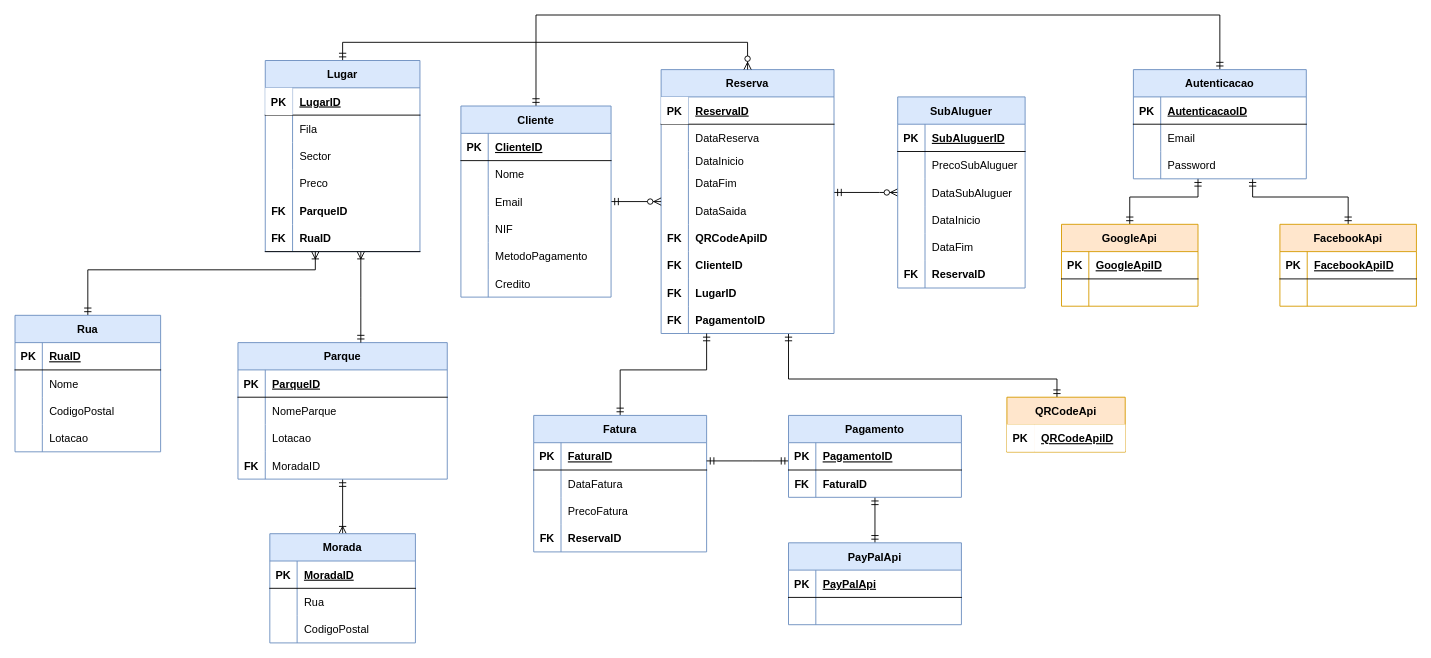
Earlier version of the draw.io diagram ERSmartParkingSprint3.drawio (PauloTor/UPskillDOTNET). Source tidied: cells renumbered, new cells numbered last; positions are measured from the earlier drawing's top-left corner, leaving out a move shared by most shapes. Both pictures are drawn from the tidied source at 91%, with x=0, y=0 at pixel (15, 15).
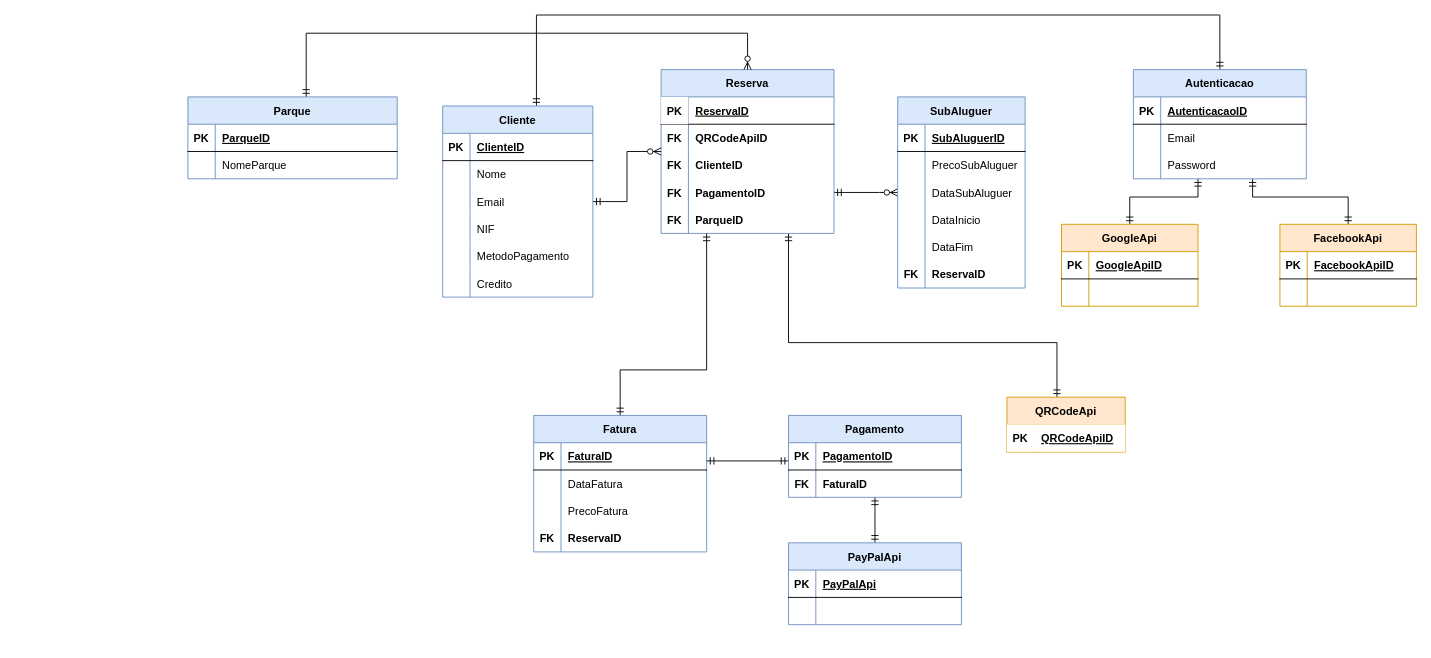
After the change.

Commit message:
ER modificado porque tinha classes e atributos duplicados da API dos parques

The change refers to these unchanged cells:
```xml
<mxCell id="131" value="QRCodeApi" style="shape=table;startSize=30;childLayout=tableLayout;rowLines=0;fontStyle=1;align=center;fillColor=#ffe6cc;strokeColor=#d79b00;" parent="1" vertex="1">
  <mxGeometry x="1090" y="420" width="130" height="60" as="geometry" />
</mxCell>
```

Change to the diagram source:
```diff
@@
     <mxCell id="3" style="edgeStyle=orthogonalEdgeStyle;rounded=0;jettySize=auto;html=1;startArrow=ERmandOne;startFill=0;endArrow=ERmandOne;endFill=0;" parent="1" edge="1" source="4" target="131">
       <mxGeometry relative="1" as="geometry">
         <Array as="points">
-          <mxPoint x="850" y="400" />
-          <mxPoint x="1145" y="400" />
+          <mxPoint x="850" y="360" />
+          <mxPoint x="1145" y="360" />
         </Array>
       </mxGeometry>
     </mxCell>
     <mxCell id="4" value="Reserva" style="shape=table;startSize=30;childLayout=tableLayout;rowLines=0;fontStyle=1;align=center;fillColor=#dae8fc;strokeColor=#6c8ebf;" parent="1" vertex="1">
-      <mxGeometry x="710" y="60" width="190" height="290" as="geometry" />
+      <mxGeometry x="710" y="60" width="190" height="180" as="geometry" />
     </mxCell>
@@
-    <mxCell id="8" style="shape=partialRectangle;fillColor=none;top=0;left=0;bottom=0;right=0;" parent="4" vertex="1">
-      <mxGeometry y="60" width="190" height="30" as="geometry" />
-    </mxCell>
-    <mxCell id="9" style="shape=partialRectangle;fillColor=none;top=0;left=0;bottom=0;right=0;overflow=hidden;" parent="8" vertex="1">
-      <mxGeometry width="30" height="30" as="geometry" />
-    </mxCell>
-    <mxCell id="10" value="DataReserva" style="shape=partialRectangle;fillColor=none;top=0;left=0;bottom=0;right=0;align=left;spacingLeft=6;overflow=hidden;" parent="8" vertex="1">
-      <mxGeometry x="30" width="160" height="30" as="geometry" />
-    </mxCell>
-    <mxCell id="11" style="shape=partialRectangle;fillColor=none;top=0;left=0;bottom=0;right=0;" parent="4" vertex="1">
-      <mxGeometry y="90" width="190" height="20" as="geometry" />
-    </mxCell>
-    <mxCell id="12" style="shape=partialRectangle;fillColor=none;top=0;left=0;bottom=0;right=0;overflow=hidden;" parent="11" vertex="1">
-      <mxGeometry width="30" height="20" as="geometry" />
-    </mxCell>
-    <mxCell id="13" value="DataInicio" style="shape=partialRectangle;fillColor=none;top=0;left=0;bottom=0;right=0;align=left;spacingLeft=6;overflow=hidden;" parent="11" vertex="1">
-      <mxGeometry x="30" width="160" height="20" as="geometry" />
-    </mxCell>
-    <mxCell id="14" style="shape=partialRectangle;fillColor=none;top=0;left=0;bottom=0;right=0;" parent="4" vertex="1">
-      <mxGeometry y="110" width="190" height="30" as="geometry" />
-    </mxCell>
-    <mxCell id="15" style="shape=partialRectangle;fillColor=none;top=0;left=0;bottom=0;right=0;overflow=hidden;" parent="14" vertex="1">
-      <mxGeometry width="30" height="30" as="geometry" />
-    </mxCell>
-    <mxCell id="16" value="DataFim" style="shape=partialRectangle;fillColor=none;top=0;left=0;bottom=0;right=0;align=left;spacingLeft=6;overflow=hidden;" parent="14" vertex="1">
-      <mxGeometry x="30" width="160" height="30" as="geometry" />
-    </mxCell>
-    <mxCell id="17" style="shape=partialRectangle;fillColor=none;top=0;left=0;bottom=0;right=0;" parent="4" vertex="1">
-      <mxGeometry y="140" width="190" height="30" as="geometry" />
-    </mxCell>
-    <mxCell id="18" style="shape=partialRectangle;fillColor=none;top=0;left=0;bottom=0;right=0;fontStyle=0;overflow=hidden;" parent="17" vertex="1">
-      <mxGeometry width="30" height="30" as="geometry" />
-    </mxCell>
-    <mxCell id="19" value="DataSaida" style="shape=partialRectangle;fillColor=none;top=0;left=0;bottom=0;right=0;align=left;spacingLeft=6;fontStyle=0;overflow=hidden;" parent="17" vertex="1">
-      <mxGeometry x="30" width="160" height="30" as="geometry" />
-    </mxCell>
     <mxCell id="20" style="shape=partialRectangle;fillColor=none;top=0;left=0;bottom=0;right=0;" parent="4" vertex="1">
-      <mxGeometry y="170" width="190" height="30" as="geometry" />
+      <mxGeometry y="60" width="190" height="30" as="geometry" />
     </mxCell>
@@
     <mxCell id="23" style="shape=partialRectangle;fillColor=none;top=0;left=0;right=0;bottom=0;" parent="4" vertex="1">
-      <mxGeometry y="200" width="190" height="30" as="geometry" />
+      <mxGeometry y="90" width="190" height="30" as="geometry" />
     </mxCell>
@@
-    <mxCell id="26" style="shape=partialRectangle;fillColor=none;top=0;left=0;bottom=0;right=0;" parent="4" vertex="1">
-      <mxGeometry y="230" width="190" height="30" as="geometry" />
-    </mxCell>
-    <mxCell id="27" value="FK" style="shape=partialRectangle;fillColor=none;top=0;left=0;bottom=0;right=0;fontStyle=1;overflow=hidden;" parent="26" vertex="1">
-      <mxGeometry width="30" height="30" as="geometry" />
-    </mxCell>
-    <mxCell id="28" value="LugarID" style="shape=partialRectangle;fillColor=none;top=0;left=0;bottom=0;right=0;align=left;spacingLeft=6;fontStyle=1;overflow=hidden;" parent="26" vertex="1">
-      <mxGeometry x="30" width="160" height="30" as="geometry" />
-    </mxCell>
     <mxCell id="29" style="shape=partialRectangle;fillColor=none;top=0;left=0;bottom=0;right=0;" parent="4" vertex="1">
-      <mxGeometry y="260" width="190" height="30" as="geometry" />
+      <mxGeometry y="120" width="190" height="30" as="geometry" />
     </mxCell>
@@
-    <mxCell id="32" style="edgeStyle=orthogonalEdgeStyle;rounded=0;jettySize=auto;html=1;startArrow=ERmandOne;startFill=0;endArrow=ERoneToMany;endFill=0;" parent="1" edge="1" source="33" target="102">
-      <mxGeometry relative="1" as="geometry" />
-    </mxCell>
+    <mxCell id="191" style="shape=partialRectangle;fillColor=none;top=0;left=0;bottom=0;right=0;" parent="4" vertex="1">
+      <mxGeometry y="150" width="190" height="30" as="geometry" />
+    </mxCell>
+    <mxCell id="192" value="FK" style="shape=partialRectangle;fillColor=none;top=0;left=0;bottom=0;right=0;fontStyle=1;overflow=hidden;" parent="191" vertex="1">
+      <mxGeometry width="30" height="30" as="geometry" />
+    </mxCell>
+    <mxCell id="63" value="ParqueID" style="shape=partialRectangle;fillColor=none;top=0;left=0;bottom=0;right=0;align=left;spacingLeft=6;fontStyle=1;overflow=hidden;" parent="191" vertex="1">
+      <mxGeometry x="30" width="160" height="30" as="geometry" />
+    </mxCell>
+    <mxCell id="193" style="edgeStyle=orthogonalEdgeStyle;rounded=0;jettySize=auto;html=1;entryX=0.5;entryY=0;entryDx=0;entryDy=0;startArrow=ERmandOne;startFill=0;endArrow=ERzeroToMany;endFill=1;" parent="1" edge="1" source="33" target="4">
+      <mxGeometry relative="1" as="geometry">
+        <Array as="points">
+          <mxPoint x="320" y="20" />
+          <mxPoint x="805" y="20" />
+        </Array>
+      </mxGeometry>
+    </mxCell>
     <mxCell id="33" value="Parque" style="shape=table;startSize=30;childLayout=tableLayout;rowLines=0;fontStyle=1;align=center;fillColor=#dae8fc;strokeColor=#6c8ebf;" parent="1" vertex="1">
-      <mxGeometry x="245" y="360" width="230" height="150" as="geometry" />
+      <mxGeometry x="190" y="90" width="230" height="90" as="geometry" />
     </mxCell>
@@
-    <mxCell id="40" style="shape=partialRectangle;fillColor=none;top=0;left=0;bottom=0;right=0;" parent="33" vertex="1">
-      <mxGeometry y="90" width="230" height="30" as="geometry" />
-    </mxCell>
-    <mxCell id="41" style="shape=partialRectangle;fillColor=none;top=0;left=0;bottom=0;right=0;fontStyle=0;overflow=hidden;" parent="40" vertex="1">
-      <mxGeometry width="30" height="30" as="geometry" />
-    </mxCell>
-    <mxCell id="42" value="Lotacao" style="shape=partialRectangle;fillColor=none;top=0;left=0;bottom=0;right=0;align=left;spacingLeft=6;fontStyle=0;overflow=hidden;" parent="40" vertex="1">
-      <mxGeometry x="30" width="200" height="30" as="geometry" />
-    </mxCell>
-    <mxCell id="43" style="shape=partialRectangle;fillColor=none;top=0;left=0;bottom=0;right=0;" parent="33" vertex="1">
-      <mxGeometry y="120" width="230" height="30" as="geometry" />
-    </mxCell>
-    <mxCell id="44" value="FK" style="shape=partialRectangle;fillColor=none;top=0;left=0;bottom=0;right=0;fontStyle=1;overflow=hidden;" parent="43" vertex="1">
-      <mxGeometry width="30" height="30" as="geometry" />
-    </mxCell>
-    <mxCell id="45" value="MoradaID" style="shape=partialRectangle;fillColor=none;top=0;left=0;bottom=0;right=0;align=left;spacingLeft=6;fontStyle=0;overflow=hidden;" parent="43" vertex="1">
-      <mxGeometry x="30" width="200" height="30" as="geometry" />
-    </mxCell>
-    <mxCell id="46" style="edgeStyle=orthogonalEdgeStyle;rounded=0;jettySize=auto;html=1;startArrow=ERoneToMany;startFill=0;endArrow=ERmandOne;endFill=0;" parent="1" edge="1" source="48" target="33">
-      <mxGeometry relative="1" as="geometry">
-        <Array as="points">
-          <mxPoint x="380" y="310" />
-          <mxPoint x="380" y="310" />
-        </Array>
-      </mxGeometry>
-    </mxCell>
-    <mxCell id="47" style="edgeStyle=orthogonalEdgeStyle;rounded=0;jettySize=auto;html=1;entryX=0.5;entryY=0;entryDx=0;entryDy=0;startArrow=ERmandOne;startFill=0;endArrow=ERzeroToMany;endFill=1;" parent="1" edge="1" source="48" target="4">
-      <mxGeometry relative="1" as="geometry">
-        <Array as="points">
-          <mxPoint x="360" y="30" />
-          <mxPoint x="805" y="30" />
-        </Array>
-      </mxGeometry>
-    </mxCell>
-    <mxCell id="48" value="Lugar" style="shape=table;startSize=30;childLayout=tableLayout;rowLines=0;fontStyle=1;align=center;fillColor=#dae8fc;strokeColor=#6c8ebf;" parent="1" vertex="1">
-      <mxGeometry x="275" y="50" width="170" height="210" as="geometry" />
-    </mxCell>
-    <mxCell id="49" style="shape=partialRectangle;fillColor=none;top=0;left=0;right=0;bottom=1;" parent="48" vertex="1">
-      <mxGeometry y="30" width="170" height="30" as="geometry" />
-    </mxCell>
-    <mxCell id="50" value="PK" style="shape=partialRectangle;overflow=hidden;top=0;left=0;bottom=0;right=0;fontStyle=1;" parent="49" vertex="1">
-      <mxGeometry width="30" height="30" as="geometry" />
-    </mxCell>
-    <mxCell id="51" value="LugarID" style="shape=partialRectangle;overflow=hidden;fillColor=none;top=0;left=0;bottom=0;right=0;align=left;spacingLeft=6;fontStyle=5;" parent="49" vertex="1">
-      <mxGeometry x="30" width="140" height="30" as="geometry" />
-    </mxCell>
-    <mxCell id="52" style="shape=partialRectangle;fillColor=none;top=0;left=0;right=0;bottom=0;" parent="48" vertex="1">
-      <mxGeometry y="60" width="170" height="30" as="geometry" />
-    </mxCell>
-    <mxCell id="53" style="shape=partialRectangle;overflow=hidden;fillColor=none;top=0;left=0;bottom=0;right=0;" parent="52" vertex="1">
-      <mxGeometry width="30" height="30" as="geometry" />
-    </mxCell>
-    <mxCell id="54" value="Fila" style="shape=partialRectangle;overflow=hidden;fillColor=none;top=0;left=0;bottom=0;right=0;align=left;spacingLeft=6;" parent="52" vertex="1">
-      <mxGeometry x="30" width="140" height="30" as="geometry" />
-    </mxCell>
-    <mxCell id="55" style="shape=partialRectangle;fillColor=none;top=0;left=0;bottom=0;right=0;" parent="48" vertex="1">
-      <mxGeometry y="90" width="170" height="30" as="geometry" />
-    </mxCell>
-    <mxCell id="56" style="shape=partialRectangle;fillColor=none;top=0;left=0;bottom=0;right=0;overflow=hidden;" parent="55" vertex="1">
-      <mxGeometry width="30" height="30" as="geometry" />
-    </mxCell>
-    <mxCell id="57" value="Sector" style="shape=partialRectangle;fillColor=none;top=0;left=0;bottom=0;right=0;align=left;spacingLeft=6;overflow=hidden;" parent="55" vertex="1">
-      <mxGeometry x="30" width="140" height="30" as="geometry" />
-    </mxCell>
-    <mxCell id="58" style="shape=partialRectangle;fillColor=none;top=0;left=0;bottom=0;right=0;" parent="48" vertex="1">
-      <mxGeometry y="120" width="170" height="30" as="geometry" />
-    </mxCell>
-    <mxCell id="59" style="shape=partialRectangle;fillColor=none;top=0;left=0;bottom=0;right=0;overflow=hidden;" parent="58" vertex="1">
-      <mxGeometry width="30" height="30" as="geometry" />
-    </mxCell>
-    <mxCell id="60" value="Preco" style="shape=partialRectangle;fillColor=none;top=0;left=0;bottom=0;right=0;align=left;spacingLeft=6;overflow=hidden;" parent="58" vertex="1">
-      <mxGeometry x="30" width="140" height="30" as="geometry" />
-    </mxCell>
-    <mxCell id="61" style="shape=partialRectangle;fillColor=none;top=0;left=0;bottom=0;right=0;" parent="48" vertex="1">
-      <mxGeometry y="150" width="170" height="30" as="geometry" />
-    </mxCell>
-    <mxCell id="62" value="FK" style="shape=partialRectangle;fillColor=none;top=0;left=0;bottom=0;right=0;fontStyle=1;overflow=hidden;" parent="61" vertex="1">
-      <mxGeometry width="30" height="30" as="geometry" />
-    </mxCell>
-    <mxCell id="63" value="ParqueID" style="shape=partialRectangle;fillColor=none;top=0;left=0;bottom=0;right=0;align=left;spacingLeft=6;fontStyle=1;overflow=hidden;" parent="61" vertex="1">
-      <mxGeometry x="30" width="140" height="30" as="geometry" />
-    </mxCell>
-    <mxCell id="64" style="shape=partialRectangle;fillColor=none;top=0;left=0;bottom=1;right=0;" parent="48" vertex="1">
-      <mxGeometry y="180" width="170" height="30" as="geometry" />
-    </mxCell>
-    <mxCell id="65" value="FK" style="shape=partialRectangle;fillColor=none;top=0;left=0;bottom=0;right=0;fontStyle=1;overflow=hidden;" parent="64" vertex="1">
-      <mxGeometry width="30" height="30" as="geometry" />
-    </mxCell>
-    <mxCell id="66" value="RuaID" style="shape=partialRectangle;fillColor=none;top=0;left=0;bottom=0;right=0;align=left;spacingLeft=6;fontStyle=1;overflow=hidden;" parent="64" vertex="1">
-      <mxGeometry x="30" width="140" height="30" as="geometry" />
-    </mxCell>
@@
     <mxCell id="69" value="Cliente" style="shape=table;startSize=30;childLayout=tableLayout;rowLines=0;fontStyle=1;align=center;fillColor=#dae8fc;strokeColor=#6c8ebf;" parent="1" vertex="1">
-      <mxGeometry x="490" y="100" width="165" height="210" as="geometry" />
+      <mxGeometry x="470" y="100" width="165" height="210" as="geometry" />
     </mxCell>
@@
-    <mxCell id="102" value="Morada" style="shape=table;startSize=30;childLayout=tableLayout;rowLines=0;fontStyle=1;align=center;fillColor=#dae8fc;strokeColor=#6c8ebf;" parent="1" vertex="1">
-      <mxGeometry x="280" y="570" width="160" height="120" as="geometry" />
-    </mxCell>
-    <mxCell id="103" style="shape=partialRectangle;fillColor=none;top=0;left=0;right=0;bottom=1;" parent="102" vertex="1">
-      <mxGeometry y="30" width="160" height="30" as="geometry" />
-    </mxCell>
-    <mxCell id="104" value="PK" style="shape=partialRectangle;overflow=hidden;fillColor=none;top=0;left=0;bottom=0;right=0;fontStyle=1;" parent="103" vertex="1">
-      <mxGeometry width="30" height="30" as="geometry" />
-    </mxCell>
-    <mxCell id="105" value="MoradaID" style="shape=partialRectangle;overflow=hidden;fillColor=none;top=0;left=0;bottom=0;right=0;align=left;spacingLeft=6;fontStyle=5;" parent="103" vertex="1">
-      <mxGeometry x="30" width="130" height="30" as="geometry" />
-    </mxCell>
-    <mxCell id="106" style="shape=partialRectangle;fillColor=none;top=0;left=0;bottom=0;right=0;" parent="102" vertex="1">
-      <mxGeometry y="60" width="160" height="30" as="geometry" />
-    </mxCell>
-    <mxCell id="107" style="shape=partialRectangle;fillColor=none;top=0;left=0;bottom=0;right=0;overflow=hidden;" parent="106" vertex="1">
-      <mxGeometry width="30" height="30" as="geometry" />
-    </mxCell>
-    <mxCell id="108" value="Rua" style="shape=partialRectangle;fillColor=none;top=0;left=0;bottom=0;right=0;align=left;spacingLeft=6;overflow=hidden;" parent="106" vertex="1">
-      <mxGeometry x="30" width="130" height="30" as="geometry" />
-    </mxCell>
-    <mxCell id="109" style="shape=partialRectangle;fillColor=none;top=0;left=0;bottom=0;right=0;" parent="102" vertex="1">
-      <mxGeometry y="90" width="160" height="30" as="geometry" />
-    </mxCell>
-    <mxCell id="110" style="shape=partialRectangle;fillColor=none;top=0;left=0;bottom=0;right=0;overflow=hidden;" parent="109" vertex="1">
-      <mxGeometry width="30" height="30" as="geometry" />
-    </mxCell>
-    <mxCell id="111" value="CodigoPostal" style="shape=partialRectangle;fillColor=none;top=0;left=0;bottom=0;right=0;align=left;spacingLeft=6;overflow=hidden;" parent="109" vertex="1">
-      <mxGeometry x="30" width="130" height="30" as="geometry" />
-    </mxCell>
@@
-    <mxCell id="135" style="edgeStyle=orthogonalEdgeStyle;rounded=0;jettySize=auto;html=1;startArrow=ERmandOne;startFill=0;endArrow=ERoneToMany;endFill=0;" parent="1" edge="1" source="136" target="48">
-      <mxGeometry relative="1" as="geometry">
-        <Array as="points">
-          <mxPoint x="80" y="280" />
-          <mxPoint x="330" y="280" />
-        </Array>
-      </mxGeometry>
-    </mxCell>
-    <mxCell id="136" value="Rua" style="shape=table;startSize=30;childLayout=tableLayout;rowLines=0;fontStyle=1;align=center;fillColor=#dae8fc;strokeColor=#6c8ebf;" parent="1" vertex="1">
-      <mxGeometry y="330" width="160" height="150" as="geometry" />
-    </mxCell>
-    <mxCell id="137" style="shape=partialRectangle;fillColor=none;top=0;left=0;right=0;bottom=1;" parent="136" vertex="1">
-      <mxGeometry y="30" width="160" height="30" as="geometry" />
-    </mxCell>
-    <mxCell id="138" value="PK" style="shape=partialRectangle;overflow=hidden;fillColor=none;top=0;left=0;bottom=0;right=0;fontStyle=1;" parent="137" vertex="1">
-      <mxGeometry width="30" height="30" as="geometry" />
-    </mxCell>
-    <mxCell id="139" value="RuaID" style="shape=partialRectangle;overflow=hidden;fillColor=none;top=0;left=0;bottom=0;right=0;align=left;spacingLeft=6;fontStyle=5;" parent="137" vertex="1">
-      <mxGeometry x="30" width="130" height="30" as="geometry" />
-    </mxCell>
-    <mxCell id="140" style="shape=partialRectangle;fillColor=none;top=0;left=0;bottom=0;right=0;" parent="136" vertex="1">
-      <mxGeometry y="60" width="160" height="30" as="geometry" />
-    </mxCell>
-    <mxCell id="141" style="shape=partialRectangle;fillColor=none;top=0;left=0;bottom=0;right=0;overflow=hidden;" parent="140" vertex="1">
-      <mxGeometry width="30" height="30" as="geometry" />
-    </mxCell>
-    <mxCell id="142" value="Nome" style="shape=partialRectangle;fillColor=none;top=0;left=0;bottom=0;right=0;align=left;spacingLeft=6;overflow=hidden;" parent="140" vertex="1">
-      <mxGeometry x="30" width="130" height="30" as="geometry" />
-    </mxCell>
-    <mxCell id="143" style="shape=partialRectangle;fillColor=none;top=0;left=0;bottom=0;right=0;" parent="136" vertex="1">
-      <mxGeometry y="90" width="160" height="30" as="geometry" />
-    </mxCell>
-    <mxCell id="144" style="shape=partialRectangle;fillColor=none;top=0;left=0;bottom=0;right=0;overflow=hidden;" parent="143" vertex="1">
-      <mxGeometry width="30" height="30" as="geometry" />
-    </mxCell>
-    <mxCell id="145" value="CodigoPostal" style="shape=partialRectangle;fillColor=none;top=0;left=0;bottom=0;right=0;align=left;spacingLeft=6;overflow=hidden;" parent="143" vertex="1">
-      <mxGeometry x="30" width="130" height="30" as="geometry" />
-    </mxCell>
-    <mxCell id="146" style="shape=partialRectangle;fillColor=none;top=0;left=0;bottom=0;right=0;" parent="136" vertex="1">
-      <mxGeometry y="120" width="160" height="30" as="geometry" />
-    </mxCell>
-    <mxCell id="147" style="shape=partialRectangle;fillColor=none;top=0;left=0;bottom=0;right=0;fontStyle=0;overflow=hidden;" parent="146" vertex="1">
-      <mxGeometry width="30" height="30" as="geometry" />
-    </mxCell>
-    <mxCell id="148" value="Lotacao" style="shape=partialRectangle;fillColor=none;top=0;left=0;bottom=0;right=0;align=left;spacingLeft=6;fontStyle=0;overflow=hidden;" parent="146" vertex="1">
-      <mxGeometry x="30" width="130" height="30" as="geometry" />
-    </mxCell>
```
